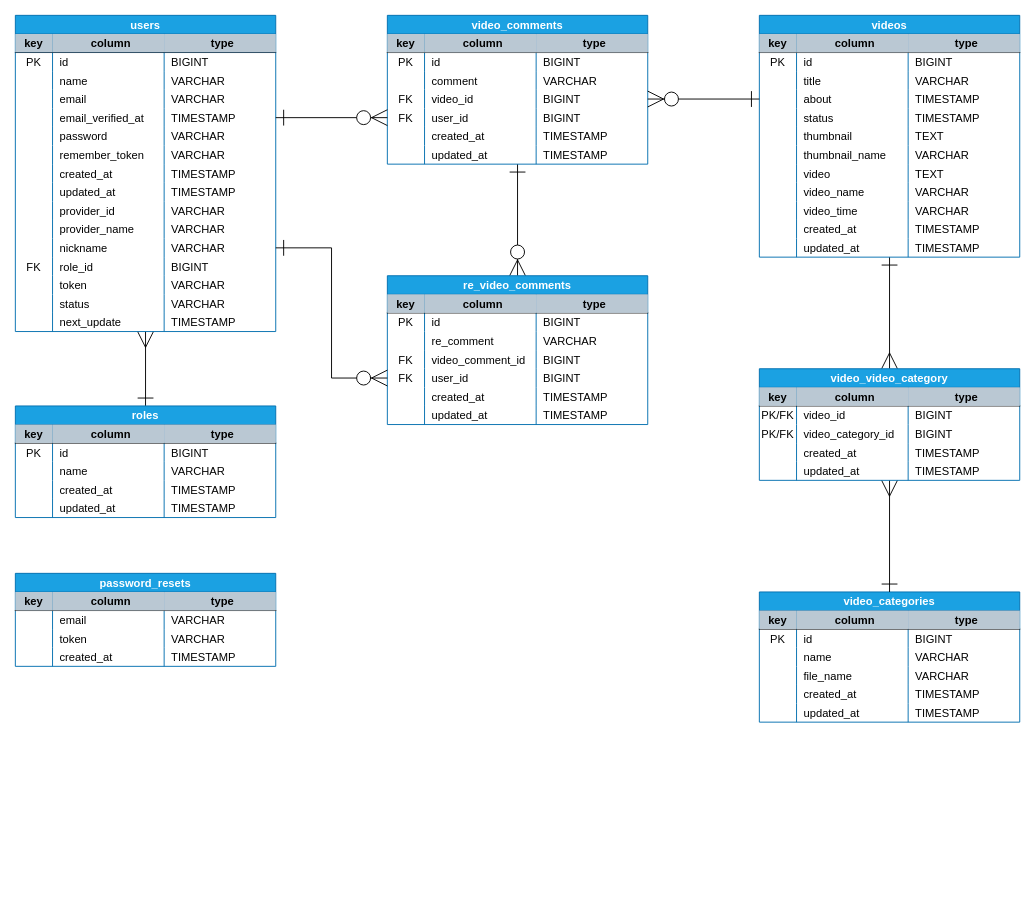
Before: ER.dio in kiyo1031r1/laravel-vuejs, a draw.io diagram. Source tidied: cells renumbered, new cells numbered last; positions are measured from the earlier drawing's top-left corner, leaving out a move shared by most shapes. Both pictures are drawn from the tidied source at 93%, with x=0, y=0 at pixel (15, 15).
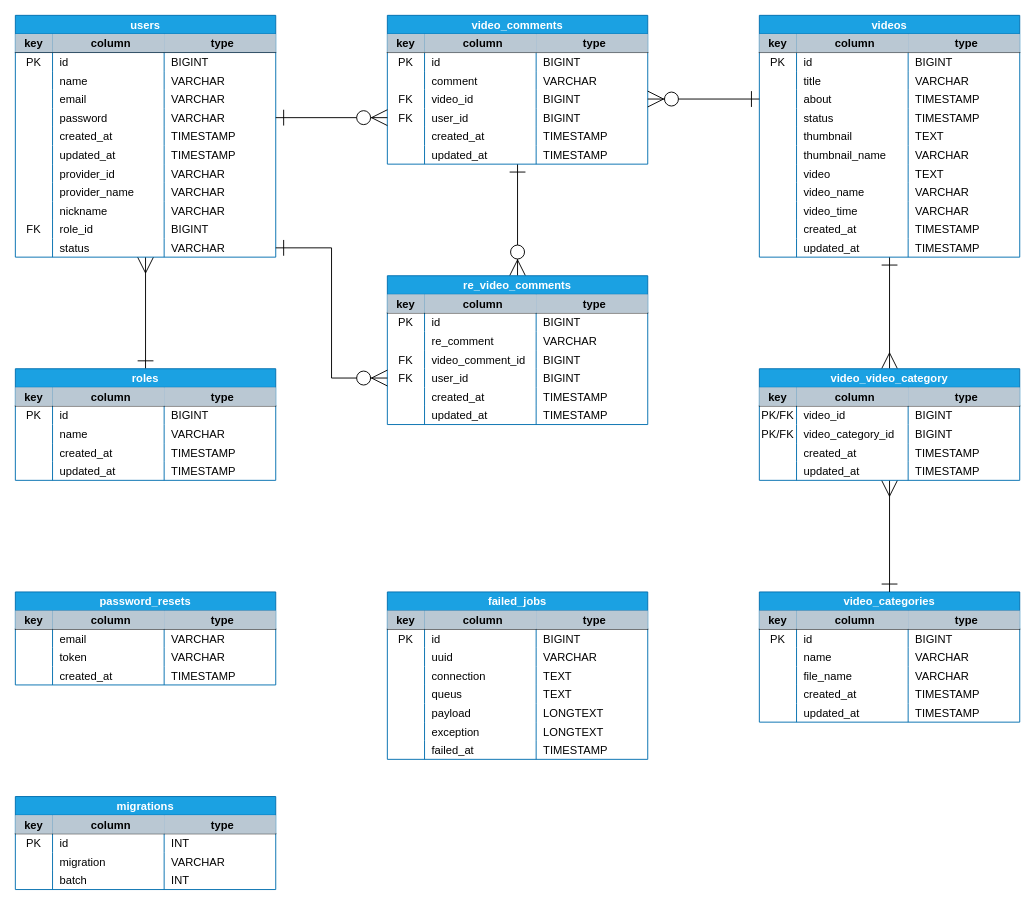
After the change.

What changed in the source:
```diff
@@
     <mxCell id="3" value="users" style="shape=table;startSize=20;childLayout=tableLayout;rowLines=0;fontStyle=1;align=center;fillColor=#1ba1e2;strokeColor=#006EAF;fontColor=#ffffff;" parent="1" vertex="1">
-      <mxGeometry width="280" height="340" as="geometry" />
+      <mxGeometry width="280" height="260" as="geometry" />
     </mxCell>
@@
-    <mxCell id="20" style="shape=partialRectangle;fillColor=none;top=0;left=0;bottom=0;right=0;" parent="3" vertex="1">
-      <mxGeometry y="100" width="280" height="20" as="geometry" />
-    </mxCell>
-    <mxCell id="21" style="shape=partialRectangle;fillColor=none;top=0;left=0;bottom=0;right=0;overflow=hidden;" parent="20" vertex="1">
-      <mxGeometry width="40" height="20" as="geometry" />
-    </mxCell>
-    <mxCell id="22" value="email_verified_at" style="shape=partialRectangle;fillColor=none;top=0;left=0;bottom=0;right=0;align=left;spacingLeft=6;overflow=hidden;" parent="20" vertex="1">
-      <mxGeometry x="40" width="120" height="20" as="geometry" />
-    </mxCell>
-    <mxCell id="23" value="TIMESTAMP" style="shape=partialRectangle;fillColor=none;top=0;left=0;bottom=0;right=0;align=left;spacingLeft=6;overflow=hidden;" parent="20" vertex="1">
-      <mxGeometry x="160" width="120" height="20" as="geometry" />
-    </mxCell>
     <mxCell id="24" style="shape=partialRectangle;fillColor=none;top=0;left=0;bottom=0;right=0;" parent="3" vertex="1">
-      <mxGeometry y="120" width="280" height="20" as="geometry" />
+      <mxGeometry y="100" width="280" height="20" as="geometry" />
     </mxCell>
@@
-    <mxCell id="28" style="shape=partialRectangle;fillColor=none;top=0;left=0;bottom=0;right=0;" parent="3" vertex="1">
-      <mxGeometry y="140" width="280" height="20" as="geometry" />
-    </mxCell>
-    <mxCell id="29" style="shape=partialRectangle;fillColor=none;top=0;left=0;bottom=0;right=0;overflow=hidden;" parent="28" vertex="1">
-      <mxGeometry width="40" height="20" as="geometry" />
-    </mxCell>
-    <mxCell id="30" value="remember_token" style="shape=partialRectangle;fillColor=none;top=0;left=0;bottom=0;right=0;align=left;spacingLeft=6;overflow=hidden;" parent="28" vertex="1">
-      <mxGeometry x="40" width="120" height="20" as="geometry" />
-    </mxCell>
-    <mxCell id="31" value="VARCHAR" style="shape=partialRectangle;fillColor=none;top=0;left=0;bottom=0;right=0;align=left;spacingLeft=6;overflow=hidden;" parent="28" vertex="1">
-      <mxGeometry x="160" width="120" height="20" as="geometry" />
-    </mxCell>
     <mxCell id="32" style="shape=partialRectangle;fillColor=none;top=0;left=0;bottom=0;right=0;" parent="3" vertex="1">
-      <mxGeometry y="160" width="280" height="20" as="geometry" />
+      <mxGeometry y="120" width="280" height="20" as="geometry" />
     </mxCell>
@@
     <mxCell id="36" style="shape=partialRectangle;fillColor=none;top=0;left=0;bottom=0;right=0;" parent="3" vertex="1">
-      <mxGeometry y="180" width="280" height="20" as="geometry" />
+      <mxGeometry y="140" width="280" height="20" as="geometry" />
     </mxCell>
@@
     <mxCell id="40" style="shape=partialRectangle;fillColor=none;top=0;left=0;bottom=0;right=0;" parent="3" vertex="1">
-      <mxGeometry y="200" width="280" height="20" as="geometry" />
+      <mxGeometry y="160" width="280" height="20" as="geometry" />
     </mxCell>
@@
     <mxCell id="44" style="shape=partialRectangle;fillColor=none;top=0;left=0;bottom=0;right=0;" parent="3" vertex="1">
-      <mxGeometry y="220" width="280" height="20" as="geometry" />
+      <mxGeometry y="180" width="280" height="20" as="geometry" />
     </mxCell>
@@
     <mxCell id="48" style="shape=partialRectangle;fillColor=none;top=0;left=0;bottom=0;right=0;" parent="3" vertex="1">
-      <mxGeometry y="240" width="280" height="20" as="geometry" />
+      <mxGeometry y="200" width="280" height="20" as="geometry" />
     </mxCell>
@@
     <mxCell id="52" style="shape=partialRectangle;fillColor=none;top=0;left=0;bottom=0;right=0;" parent="3" vertex="1">
-      <mxGeometry y="260" width="280" height="20" as="geometry" />
+      <mxGeometry y="220" width="280" height="20" as="geometry" />
     </mxCell>
@@
-    <mxCell id="56" style="shape=partialRectangle;fillColor=none;top=0;left=0;bottom=0;right=0;" parent="3" vertex="1">
-      <mxGeometry y="280" width="280" height="20" as="geometry" />
-    </mxCell>
-    <mxCell id="57" style="shape=partialRectangle;fillColor=none;top=0;left=0;bottom=0;right=0;overflow=hidden;" parent="56" vertex="1">
-      <mxGeometry width="40" height="20" as="geometry" />
-    </mxCell>
-    <mxCell id="58" value="token" style="shape=partialRectangle;fillColor=none;top=0;left=0;bottom=0;right=0;align=left;spacingLeft=6;overflow=hidden;" parent="56" vertex="1">
-      <mxGeometry x="40" width="120" height="20" as="geometry" />
-    </mxCell>
-    <mxCell id="59" value="VARCHAR" style="shape=partialRectangle;fillColor=none;top=0;left=0;bottom=0;right=0;align=left;spacingLeft=6;overflow=hidden;" parent="56" vertex="1">
-      <mxGeometry x="160" width="120" height="20" as="geometry" />
-    </mxCell>
     <mxCell id="60" style="shape=partialRectangle;fillColor=none;top=0;left=0;bottom=0;right=0;" parent="3" vertex="1">
-      <mxGeometry y="300" width="280" height="20" as="geometry" />
+      <mxGeometry y="240" width="280" height="20" as="geometry" />
     </mxCell>
@@
-    <mxCell id="64" style="shape=partialRectangle;fillColor=none;top=0;left=0;bottom=0;right=0;" parent="3" vertex="1">
-      <mxGeometry y="320" width="280" height="20" as="geometry" />
-    </mxCell>
-    <mxCell id="65" style="shape=partialRectangle;fillColor=none;top=0;left=0;bottom=0;right=0;overflow=hidden;" parent="64" vertex="1">
-      <mxGeometry width="40" height="20" as="geometry" />
-    </mxCell>
-    <mxCell id="66" value="next_update" style="shape=partialRectangle;fillColor=none;top=0;left=0;bottom=0;right=0;align=left;spacingLeft=6;overflow=hidden;" parent="64" vertex="1">
-      <mxGeometry x="40" width="120" height="20" as="geometry" />
-    </mxCell>
-    <mxCell id="67" value="TIMESTAMP" style="shape=partialRectangle;fillColor=none;top=0;left=0;bottom=0;right=0;align=left;spacingLeft=6;overflow=hidden;" parent="64" vertex="1">
-      <mxGeometry x="160" width="120" height="20" as="geometry" />
-    </mxCell>
     <mxCell id="68" value="roles" style="shape=table;startSize=20;childLayout=tableLayout;rowLines=0;fontStyle=1;align=center;fillColor=#1ba1e2;strokeColor=#006EAF;fontColor=#ffffff;" parent="1" vertex="1">
-      <mxGeometry y="420" width="280" height="120" as="geometry" />
+      <mxGeometry y="380" width="280" height="120" as="geometry" />
     </mxCell>
@@
     <mxCell id="245" value="password_resets" style="shape=table;startSize=20;childLayout=tableLayout;rowLines=0;fontStyle=1;align=center;fillColor=#1ba1e2;strokeColor=#006EAF;fontColor=#ffffff;" parent="1" vertex="1">
-      <mxGeometry y="600" width="280" height="100" as="geometry" />
+      <mxGeometry y="620" width="280" height="100" as="geometry" />
     </mxCell>
@@
+    <mxCell id="265" value="migrations" style="shape=table;startSize=20;childLayout=tableLayout;rowLines=0;fontStyle=1;align=center;fillColor=#1ba1e2;strokeColor=#006EAF;fontColor=#ffffff;" parent="1" vertex="1">
+      <mxGeometry y="840" width="280" height="100" as="geometry" />
+    </mxCell>
+    <mxCell id="266" style="shape=partialRectangle;fillColor=none;top=0;left=0;bottom=1;right=0;" parent="265" vertex="1">
+      <mxGeometry y="20" width="280" height="20" as="geometry" />
+    </mxCell>
+    <mxCell id="267" value="key" style="shape=partialRectangle;fillColor=#bac8d3;top=0;left=0;bottom=0;right=0;fontStyle=1;overflow=hidden;align=center;strokeColor=#23445d;" parent="266" vertex="1">
+      <mxGeometry width="40" height="20" as="geometry" />
+    </mxCell>
+    <mxCell id="268" value="column" style="shape=partialRectangle;fillColor=#bac8d3;top=0;left=0;bottom=0;right=0;align=center;spacingLeft=6;fontStyle=1;overflow=hidden;strokeColor=#23445d;" parent="266" vertex="1">
+      <mxGeometry x="40" width="120" height="20" as="geometry" />
+    </mxCell>
+    <mxCell id="269" value="type" style="shape=partialRectangle;fillColor=#bac8d3;top=0;left=0;bottom=0;right=0;align=center;spacingLeft=6;fontStyle=1;overflow=hidden;strokeColor=#23445d;" parent="266" vertex="1">
+      <mxGeometry x="160" width="120" height="20" as="geometry" />
+    </mxCell>
+    <mxCell id="270" style="shape=partialRectangle;fillColor=none;top=0;left=0;bottom=0;right=0;" parent="265" vertex="1">
+      <mxGeometry y="40" width="280" height="20" as="geometry" />
+    </mxCell>
+    <mxCell id="271" value="PK" style="shape=partialRectangle;fillColor=none;top=0;left=0;bottom=0;right=0;fontStyle=0;overflow=hidden;" parent="270" vertex="1">
+      <mxGeometry width="40" height="20" as="geometry" />
+    </mxCell>
+    <mxCell id="272" value="id" style="shape=partialRectangle;fillColor=none;top=0;left=0;bottom=0;right=0;align=left;spacingLeft=6;fontStyle=0;overflow=hidden;" parent="270" vertex="1">
+      <mxGeometry x="40" width="120" height="20" as="geometry" />
+    </mxCell>
+    <mxCell id="273" value="INT" style="shape=partialRectangle;fillColor=none;top=0;left=0;bottom=0;right=0;align=left;spacingLeft=6;fontStyle=0;overflow=hidden;" parent="270" vertex="1">
+      <mxGeometry x="160" width="120" height="20" as="geometry" />
+    </mxCell>
+    <mxCell id="274" style="shape=partialRectangle;fillColor=none;top=0;left=0;bottom=0;right=0;" parent="265" vertex="1">
+      <mxGeometry y="60" width="280" height="20" as="geometry" />
+    </mxCell>
+    <mxCell id="275" style="shape=partialRectangle;fillColor=none;top=0;left=0;bottom=0;right=0;overflow=hidden;" parent="274" vertex="1">
+      <mxGeometry width="40" height="20" as="geometry" />
+    </mxCell>
+    <mxCell id="276" value="migration" style="shape=partialRectangle;fillColor=none;top=0;left=0;bottom=0;right=0;align=left;spacingLeft=6;overflow=hidden;" parent="274" vertex="1">
+      <mxGeometry x="40" width="120" height="20" as="geometry" />
+    </mxCell>
+    <mxCell id="277" value="VARCHAR" style="shape=partialRectangle;fillColor=none;top=0;left=0;bottom=0;right=0;align=left;spacingLeft=6;overflow=hidden;" parent="274" vertex="1">
+      <mxGeometry x="160" width="120" height="20" as="geometry" />
+    </mxCell>
+    <mxCell id="278" style="shape=partialRectangle;fillColor=none;top=0;left=0;bottom=0;right=0;" parent="265" vertex="1">
+      <mxGeometry y="80" width="280" height="20" as="geometry" />
+    </mxCell>
+    <mxCell id="279" style="shape=partialRectangle;fillColor=none;top=0;left=0;bottom=0;right=0;overflow=hidden;" parent="278" vertex="1">
+      <mxGeometry width="40" height="20" as="geometry" />
+    </mxCell>
+    <mxCell id="280" value="batch" style="shape=partialRectangle;fillColor=none;top=0;left=0;bottom=0;right=0;align=left;spacingLeft=6;overflow=hidden;" parent="278" vertex="1">
+      <mxGeometry x="40" width="120" height="20" as="geometry" />
+    </mxCell>
+    <mxCell id="281" value="INT" style="shape=partialRectangle;fillColor=none;top=0;left=0;bottom=0;right=0;align=left;spacingLeft=6;overflow=hidden;" parent="278" vertex="1">
+      <mxGeometry x="160" width="120" height="20" as="geometry" />
+    </mxCell>
+    <mxCell id="282" value="failed_jobs" style="shape=table;startSize=20;childLayout=tableLayout;rowLines=0;fontStyle=1;align=center;fillColor=#1ba1e2;strokeColor=#006EAF;fontColor=#ffffff;" parent="1" vertex="1">
+      <mxGeometry x="400" y="620" width="280" height="180" as="geometry" />
+    </mxCell>
+    <mxCell id="283" style="shape=partialRectangle;fillColor=none;top=0;left=0;bottom=1;right=0;" parent="282" vertex="1">
+      <mxGeometry y="20" width="280" height="20" as="geometry" />
+    </mxCell>
+    <mxCell id="284" value="key" style="shape=partialRectangle;fillColor=#bac8d3;top=0;left=0;bottom=0;right=0;fontStyle=1;overflow=hidden;align=center;strokeColor=#23445d;" parent="283" vertex="1">
+      <mxGeometry width="40" height="20" as="geometry" />
+    </mxCell>
+    <mxCell id="285" value="column" style="shape=partialRectangle;fillColor=#bac8d3;top=0;left=0;bottom=0;right=0;align=center;spacingLeft=6;fontStyle=1;overflow=hidden;strokeColor=#23445d;" parent="283" vertex="1">
+      <mxGeometry x="40" width="120" height="20" as="geometry" />
+    </mxCell>
+    <mxCell id="286" value="type" style="shape=partialRectangle;fillColor=#bac8d3;top=0;left=0;bottom=0;right=0;align=center;spacingLeft=6;fontStyle=1;overflow=hidden;strokeColor=#23445d;" parent="283" vertex="1">
+      <mxGeometry x="160" width="120" height="20" as="geometry" />
+    </mxCell>
+    <mxCell id="287" style="shape=partialRectangle;fillColor=none;top=0;left=0;bottom=0;right=0;" parent="282" vertex="1">
+      <mxGeometry y="40" width="280" height="20" as="geometry" />
+    </mxCell>
+    <mxCell id="288" value="PK" style="shape=partialRectangle;fillColor=none;top=0;left=0;bottom=0;right=0;fontStyle=0;overflow=hidden;" parent="287" vertex="1">
+      <mxGeometry width="40" height="20" as="geometry" />
+    </mxCell>
+    <mxCell id="289" value="id" style="shape=partialRectangle;fillColor=none;top=0;left=0;bottom=0;right=0;align=left;spacingLeft=6;fontStyle=0;overflow=hidden;" parent="287" vertex="1">
+      <mxGeometry x="40" width="120" height="20" as="geometry" />
+    </mxCell>
+    <mxCell id="290" value="BIGINT" style="shape=partialRectangle;fillColor=none;top=0;left=0;bottom=0;right=0;align=left;spacingLeft=6;fontStyle=0;overflow=hidden;" parent="287" vertex="1">
+      <mxGeometry x="160" width="120" height="20" as="geometry" />
+    </mxCell>
+    <mxCell id="291" style="shape=partialRectangle;fillColor=none;top=0;left=0;bottom=0;right=0;" parent="282" vertex="1">
+      <mxGeometry y="60" width="280" height="20" as="geometry" />
+    </mxCell>
+    <mxCell id="292" style="shape=partialRectangle;fillColor=none;top=0;left=0;bottom=0;right=0;overflow=hidden;" parent="291" vertex="1">
+      <mxGeometry width="40" height="20" as="geometry" />
+    </mxCell>
+    <mxCell id="293" value="uuid" style="shape=partialRectangle;fillColor=none;top=0;left=0;bottom=0;right=0;align=left;spacingLeft=6;overflow=hidden;" parent="291" vertex="1">
+      <mxGeometry x="40" width="120" height="20" as="geometry" />
+    </mxCell>
+    <mxCell id="294" value="VARCHAR" style="shape=partialRectangle;fillColor=none;top=0;left=0;bottom=0;right=0;align=left;spacingLeft=6;overflow=hidden;" parent="291" vertex="1">
+      <mxGeometry x="160" width="120" height="20" as="geometry" />
+    </mxCell>
+    <mxCell id="295" style="shape=partialRectangle;fillColor=none;top=0;left=0;bottom=0;right=0;" parent="282" vertex="1">
+      <mxGeometry y="80" width="280" height="20" as="geometry" />
+    </mxCell>
+    <mxCell id="296" style="shape=partialRectangle;fillColor=none;top=0;left=0;bottom=0;right=0;overflow=hidden;" parent="295" vertex="1">
+      <mxGeometry width="40" height="20" as="geometry" />
+    </mxCell>
+    <mxCell id="297" value="connection" style="shape=partialRectangle;fillColor=none;top=0;left=0;bottom=0;right=0;align=left;spacingLeft=6;overflow=hidden;" parent="295" vertex="1">
+      <mxGeometry x="40" width="120" height="20" as="geometry" />
+    </mxCell>
+    <mxCell id="298" value="TEXT" style="shape=partialRectangle;fillColor=none;top=0;left=0;bottom=0;right=0;align=left;spacingLeft=6;overflow=hidden;" parent="295" vertex="1">
+      <mxGeometry x="160" width="120" height="20" as="geometry" />
+    </mxCell>
+    <mxCell id="20" style="shape=partialRectangle;fillColor=none;top=0;left=0;bottom=0;right=0;" parent="282" vertex="1">
+      <mxGeometry y="100" width="280" height="20" as="geometry" />
+    </mxCell>
+    <mxCell id="299" style="shape=partialRectangle;fillColor=none;top=0;left=0;bottom=0;right=0;overflow=hidden;" parent="20" vertex="1">
+      <mxGeometry width="40" height="20" as="geometry" />
+    </mxCell>
+    <mxCell id="300" value="queus" style="shape=partialRectangle;fillColor=none;top=0;left=0;bottom=0;right=0;align=left;spacingLeft=6;overflow=hidden;" parent="20" vertex="1">
+      <mxGeometry x="40" width="120" height="20" as="geometry" />
+    </mxCell>
+    <mxCell id="301" value="TEXT" style="shape=partialRectangle;fillColor=none;top=0;left=0;bottom=0;right=0;align=left;spacingLeft=6;overflow=hidden;" parent="20" vertex="1">
+      <mxGeometry x="160" width="120" height="20" as="geometry" />
+    </mxCell>
+    <mxCell id="302" style="shape=partialRectangle;fillColor=none;top=0;left=0;bottom=0;right=0;" parent="282" vertex="1">
+      <mxGeometry y="120" width="280" height="20" as="geometry" />
+    </mxCell>
+    <mxCell id="303" style="shape=partialRectangle;fillColor=none;top=0;left=0;bottom=0;right=0;overflow=hidden;" parent="302" vertex="1">
+      <mxGeometry width="40" height="20" as="geometry" />
+    </mxCell>
+    <mxCell id="304" value="payload" style="shape=partialRectangle;fillColor=none;top=0;left=0;bottom=0;right=0;align=left;spacingLeft=6;overflow=hidden;" parent="302" vertex="1">
+      <mxGeometry x="40" width="120" height="20" as="geometry" />
+    </mxCell>
+    <mxCell id="305" value="LONGTEXT" style="shape=partialRectangle;fillColor=none;top=0;left=0;bottom=0;right=0;align=left;spacingLeft=6;overflow=hidden;" parent="302" vertex="1">
+      <mxGeometry x="160" width="120" height="20" as="geometry" />
+    </mxCell>
+    <mxCell id="28" style="shape=partialRectangle;fillColor=none;top=0;left=0;bottom=0;right=0;" parent="282" vertex="1">
+      <mxGeometry y="140" width="280" height="20" as="geometry" />
+    </mxCell>
+    <mxCell id="306" style="shape=partialRectangle;fillColor=none;top=0;left=0;bottom=0;right=0;overflow=hidden;" parent="28" vertex="1">
+      <mxGeometry width="40" height="20" as="geometry" />
+    </mxCell>
+    <mxCell id="307" value="exception" style="shape=partialRectangle;fillColor=none;top=0;left=0;bottom=0;right=0;align=left;spacingLeft=6;overflow=hidden;" parent="28" vertex="1">
+      <mxGeometry x="40" width="120" height="20" as="geometry" />
+    </mxCell>
+    <mxCell id="308" value="LONGTEXT" style="shape=partialRectangle;fillColor=none;top=0;left=0;bottom=0;right=0;align=left;spacingLeft=6;overflow=hidden;" parent="28" vertex="1">
+      <mxGeometry x="160" width="120" height="20" as="geometry" />
+    </mxCell>
+    <mxCell id="309" style="shape=partialRectangle;fillColor=none;top=0;left=0;bottom=0;right=0;" parent="282" vertex="1">
+      <mxGeometry y="160" width="280" height="20" as="geometry" />
+    </mxCell>
+    <mxCell id="310" style="shape=partialRectangle;fillColor=none;top=0;left=0;bottom=0;right=0;overflow=hidden;" parent="309" vertex="1">
+      <mxGeometry width="40" height="20" as="geometry" />
+    </mxCell>
+    <mxCell id="311" value="failed_at" style="shape=partialRectangle;fillColor=none;top=0;left=0;bottom=0;right=0;align=left;spacingLeft=6;overflow=hidden;" parent="309" vertex="1">
+      <mxGeometry x="40" width="120" height="20" as="geometry" />
+    </mxCell>
+    <mxCell id="312" value="TIMESTAMP" style="shape=partialRectangle;fillColor=none;top=0;left=0;bottom=0;right=0;align=left;spacingLeft=6;overflow=hidden;" parent="309" vertex="1">
+      <mxGeometry x="160" width="120" height="20" as="geometry" />
+    </mxCell>
```
